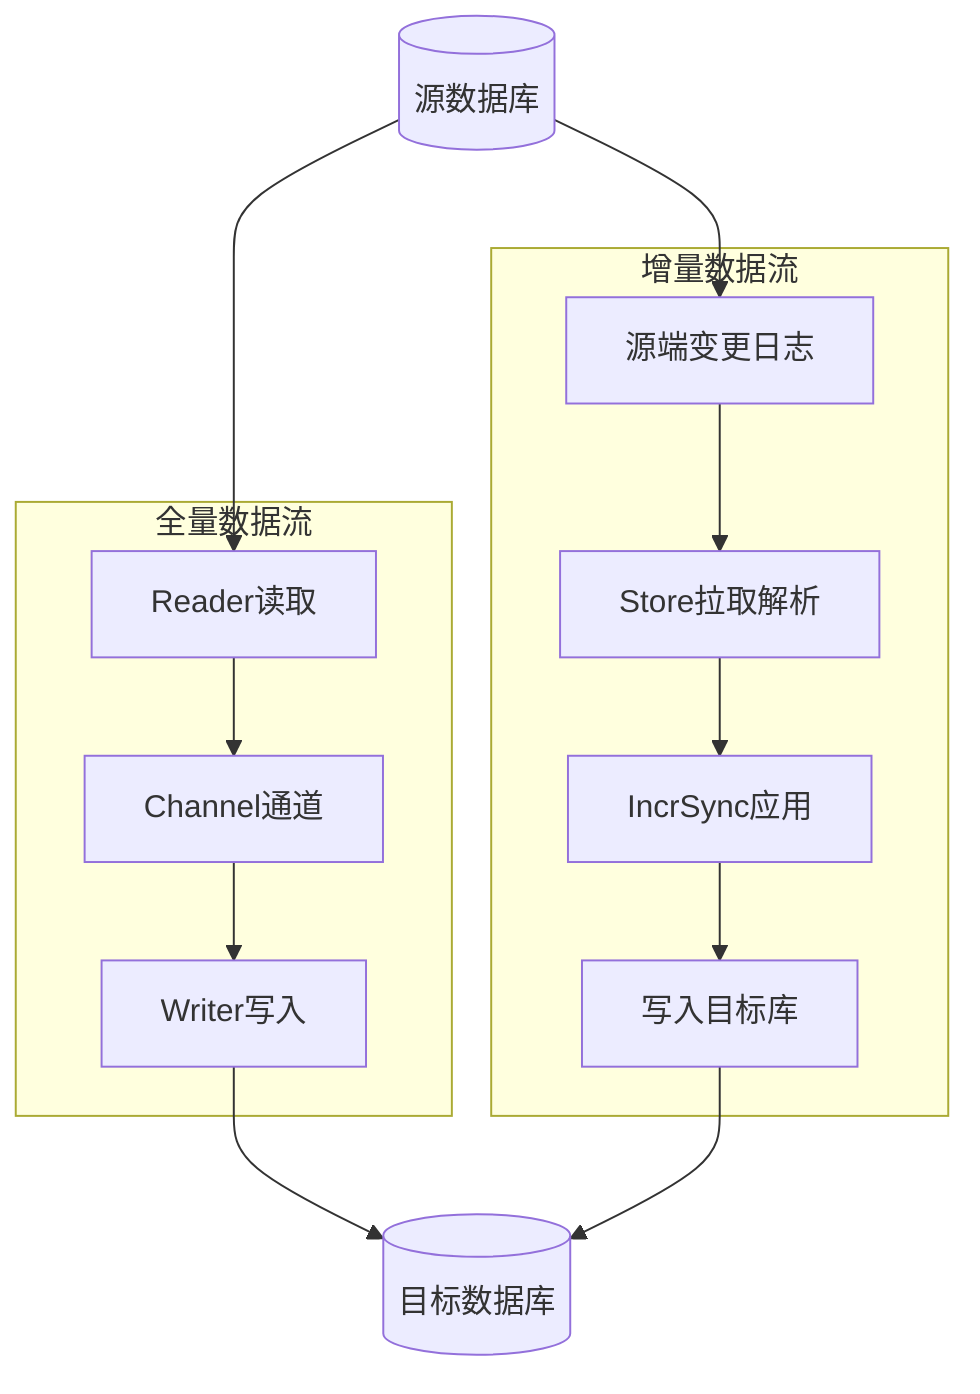
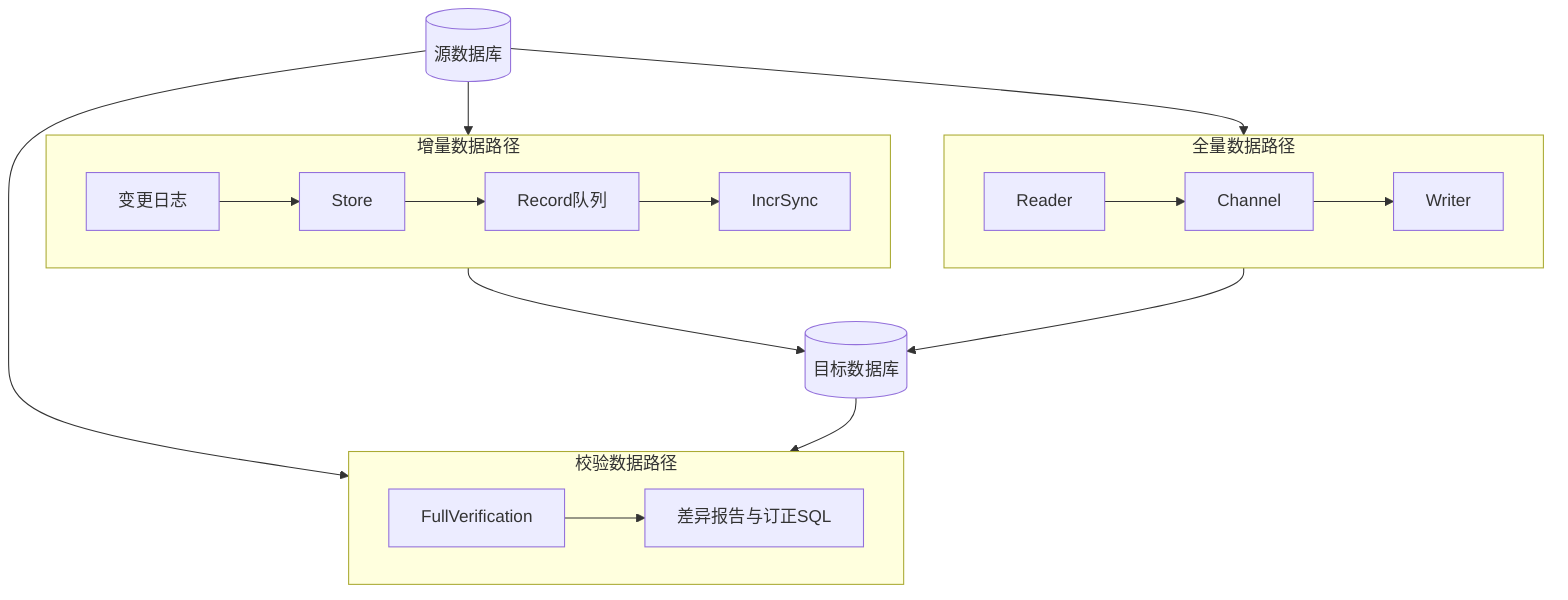
flowchart TB
-     subgraph batchFlow [全量数据流]
-         Reader[Reader读取] --> Channel[Channel通道]
-         Channel --> Writer[Writer写入]
+     Source[(源数据库)]
+     Target[(目标数据库)]
+ 
+     subgraph fullPath [全量数据路径]
+         direction LR
+         R[Reader] --> Ch[Channel]
+         Ch --> W[Writer]
    end

-     subgraph streamFlow [增量数据流]
-         Binlog[源端变更日志] --> StoreComp[Store拉取解析]
-         StoreComp --> IncrComp[IncrSync应用]
-         IncrComp --> TargetSink[写入目标库]
+     subgraph incrPath [增量数据路径]
+         direction LR
+         Log[变更日志] --> Store[Store]
+         Store --> Q[Record队列]
+         Q --> Incr[IncrSync]
    end

-     SourceDB[(源数据库)] --> Reader
-     SourceDB --> Binlog
-     Writer --> TargetDB[(目标数据库)]
-     TargetSink --> TargetDB
+     subgraph verifyPath [校验数据路径]
+         direction LR
+         V[FullVerification] --> Diff[差异报告与订正SQL]
+     end
+ 
+     Source --> R
+     Source --> Log
+     W --> Target
+     Incr --> Target
+     Source --> V
+     Target --> V
